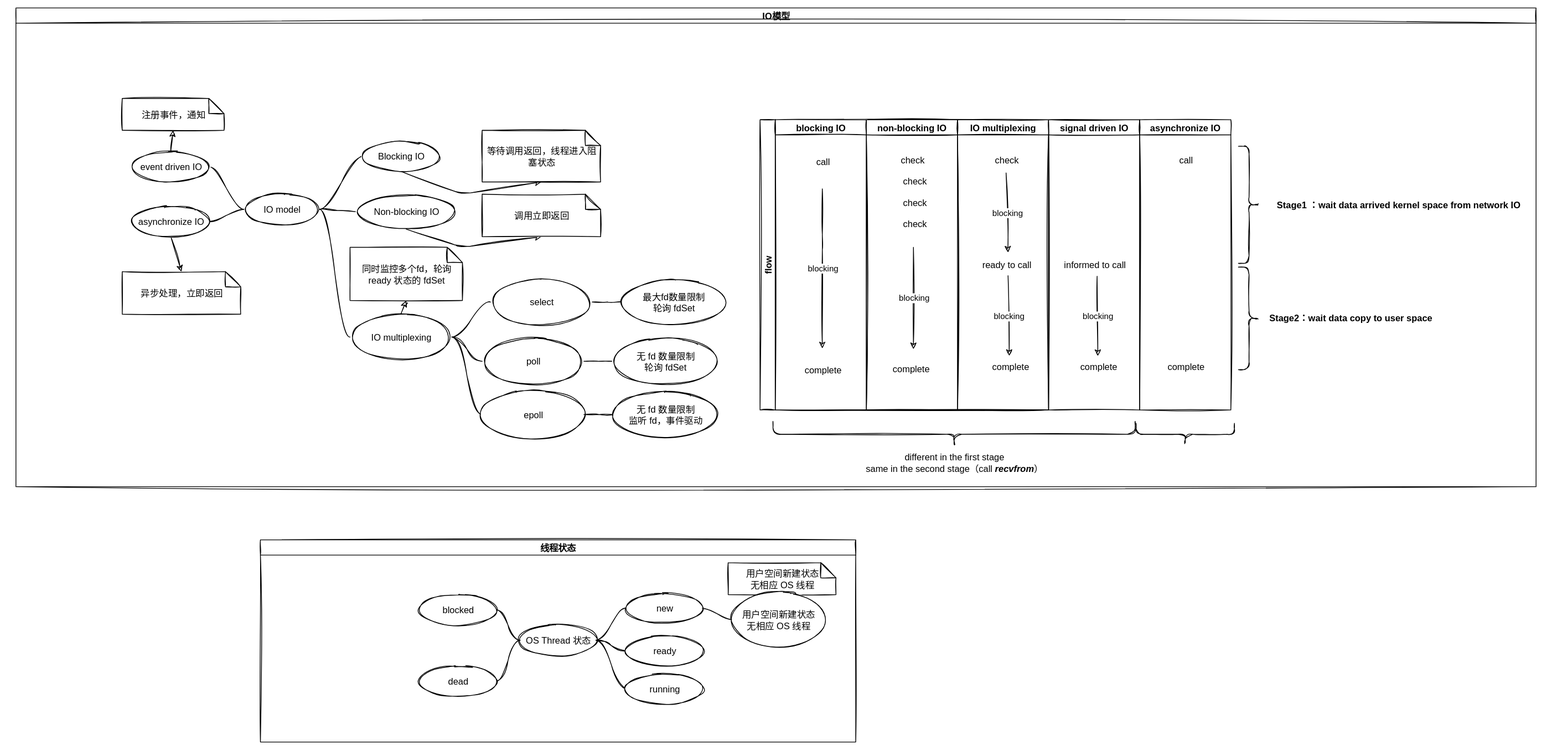
Above: Mindmap/IO模型导图.svg in justin4v/ZettelNotes (draw.io), before the change. Source tidied: cells renumbered, new cells last; positions are measured from the earlier drawing's top-left corner, leaving out a move shared by most shapes.
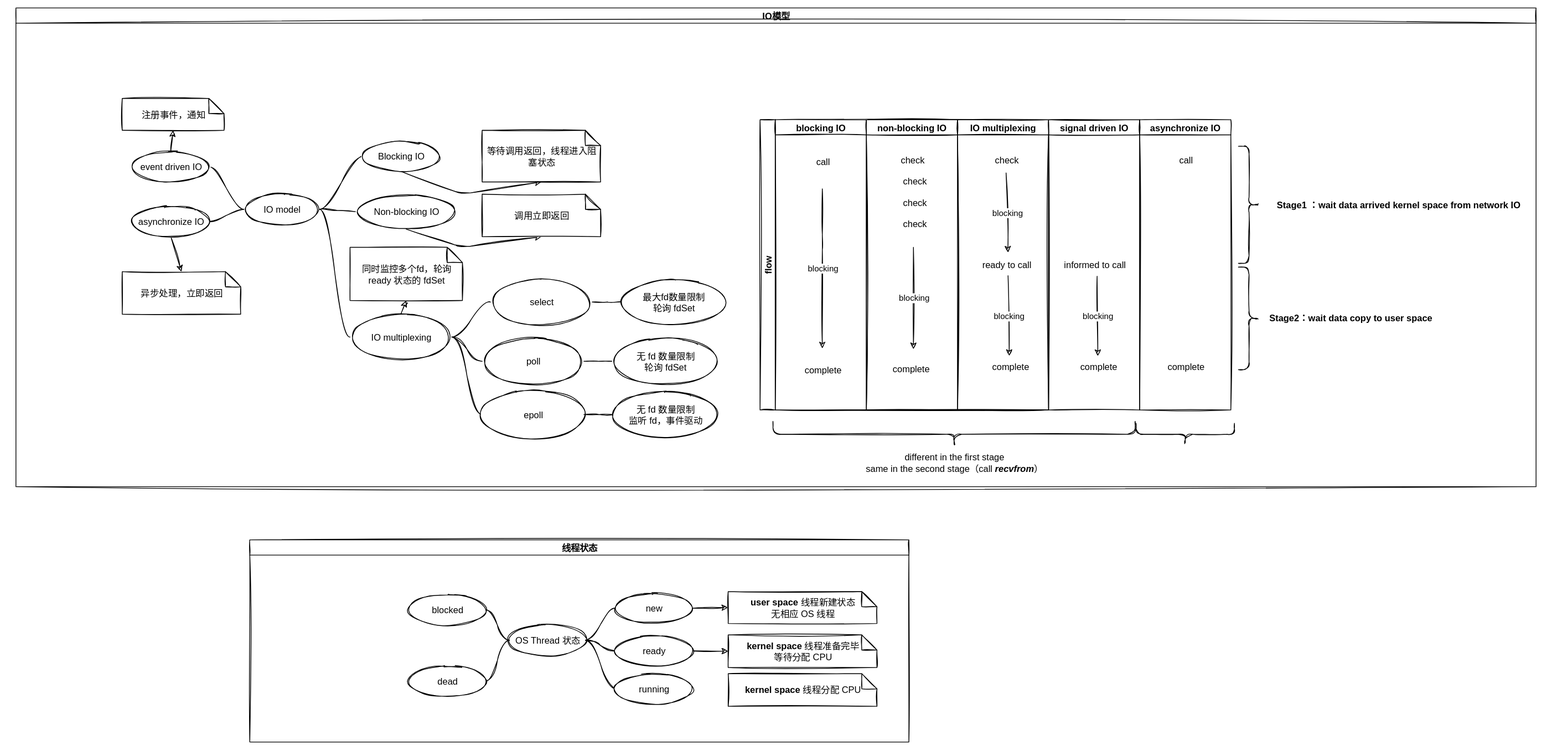
After the change.

The edit, as a diff of the source:
```diff
@@ -238,7 +238,7 @@
       <mxGeometry x="1610" y="182" width="28" height="154" as="geometry" />
     </mxCell>
     <mxCell id="74" value="线程状态" style="swimlane;startSize=20;horizontal=1;containerType=tree;" parent="1" vertex="1">
-      <mxGeometry x="322" y="700" width="784" height="266" as="geometry" />
+      <mxGeometry x="308" y="700" width="868" height="266" as="geometry" />
     </mxCell>
     <mxCell id="75" value="OS Thread 状态" style="ellipse;whiteSpace=wrap;html=1;align=center;newEdgeStyle={&quot;edgeStyle&quot;:&quot;entityRelationEdgeStyle&quot;,&quot;startArrow&quot;:&quot;none&quot;,&quot;endArrow&quot;:&quot;none&quot;,&quot;segment&quot;:10,&quot;curved&quot;:1};" parent="74" vertex="1">
       <mxGeometry x="342" y="112" width="100" height="40" as="geometry" />
@@ -246,12 +246,18 @@
     <mxCell id="76" style="edgeStyle=entityRelationEdgeStyle;html=1;startArrow=none;endArrow=none;segment=10;curved=1;" parent="74" edge="1" source="75" target="77">
       <mxGeometry relative="1" as="geometry" />
     </mxCell>
+    <mxCell id="89" style="edgeStyle=none;html=1;exitX=1;exitY=0.5;exitDx=0;exitDy=0;entryX=0;entryY=0.5;entryDx=0;entryDy=0;entryPerimeter=0;" parent="74" edge="1" source="77" target="86">
+      <mxGeometry relative="1" as="geometry" />
+    </mxCell>
     <mxCell id="77" value="new" style="ellipse;whiteSpace=wrap;html=1;align=center;newEdgeStyle={&quot;edgeStyle&quot;:&quot;entityRelationEdgeStyle&quot;,&quot;startArrow&quot;:&quot;none&quot;,&quot;endArrow&quot;:&quot;none&quot;,&quot;segment&quot;:10,&quot;curved&quot;:1};" parent="74" vertex="1">
       <mxGeometry x="482" y="70" width="100" height="40" as="geometry" />
     </mxCell>
     <mxCell id="78" style="edgeStyle=entityRelationEdgeStyle;html=1;startArrow=none;endArrow=none;segment=10;curved=1;" parent="74" edge="1" source="75" target="79">
       <mxGeometry relative="1" as="geometry" />
     </mxCell>
+    <mxCell id="90" style="edgeStyle=none;html=1;exitX=1;exitY=0.5;exitDx=0;exitDy=0;entryX=0;entryY=0.5;entryDx=0;entryDy=0;entryPerimeter=0;" parent="74" edge="1" source="79" target="91">
+      <mxGeometry relative="1" as="geometry" />
+    </mxCell>
     <mxCell id="79" value="ready" style="ellipse;whiteSpace=wrap;html=1;align=center;newEdgeStyle={&quot;edgeStyle&quot;:&quot;entityRelationEdgeStyle&quot;,&quot;startArrow&quot;:&quot;none&quot;,&quot;endArrow&quot;:&quot;none&quot;,&quot;segment&quot;:10,&quot;curved&quot;:1};" parent="74" vertex="1">
       <mxGeometry x="482" y="126" width="100" height="40" as="geometry" />
     </mxCell>
@@ -273,14 +279,14 @@
     <mxCell id="85" value="dead" style="ellipse;whiteSpace=wrap;html=1;align=center;newEdgeStyle={&quot;edgeStyle&quot;:&quot;entityRelationEdgeStyle&quot;,&quot;startArrow&quot;:&quot;none&quot;,&quot;endArrow&quot;:&quot;none&quot;,&quot;segment&quot;:10,&quot;curved&quot;:1};" parent="74" vertex="1">
       <mxGeometry x="210" y="166" width="100" height="40" as="geometry" />
     </mxCell>
-    <mxCell id="86" value="用户空间新建状态&lt;br&gt;无相应 OS 线程" style="shape=note;size=20;whiteSpace=wrap;html=1;" parent="74" vertex="1">
-      <mxGeometry x="616" y="30" width="142" height="42" as="geometry" />
+    <mxCell id="86" value="&lt;b&gt;user space&lt;/b&gt;&amp;nbsp;线程新建状态&lt;br&gt;无相应 OS 线程" style="shape=note;size=20;whiteSpace=wrap;html=1;" parent="74" vertex="1">
+      <mxGeometry x="630" y="68" width="196" height="42" as="geometry" />
     </mxCell>
-    <mxCell id="87" style="edgeStyle=entityRelationEdgeStyle;html=1;startArrow=none;endArrow=none;segment=10;curved=1;" parent="74" edge="1" source="77" target="88">
-      <mxGeometry relative="1" as="geometry" />
-    </mxCell>
-    <mxCell id="88" value="用户空间新建状态&lt;br&gt;无相应 OS 线程" style="ellipse;whiteSpace=wrap;html=1;align=center;newEdgeStyle={&quot;edgeStyle&quot;:&quot;entityRelationEdgeStyle&quot;,&quot;startArrow&quot;:&quot;none&quot;,&quot;endArrow&quot;:&quot;none&quot;,&quot;segment&quot;:10,&quot;curved&quot;:1};" parent="74" vertex="1">
-      <mxGeometry x="622" y="70" width="120" height="70" as="geometry" />
-    </mxCell>
+    <mxCell id="91" value="&lt;b&gt;kernel space&lt;/b&gt;&amp;nbsp;线程准备完毕&lt;br&gt;等待分配 CPU" style="shape=note;size=20;whiteSpace=wrap;html=1;" parent="74" vertex="1">
+      <mxGeometry x="630" y="125" width="196" height="43" as="geometry" />
+    </mxCell>
+    <mxCell id="92" value="&lt;b&gt;kernel space&lt;/b&gt;&amp;nbsp;线程分配 CPU" style="shape=note;size=20;whiteSpace=wrap;html=1;" parent="74" vertex="1">
+      <mxGeometry x="630" y="176" width="196" height="43" as="geometry" />
+    </mxCell>
   </root>
 </mxGraphModel>
```
